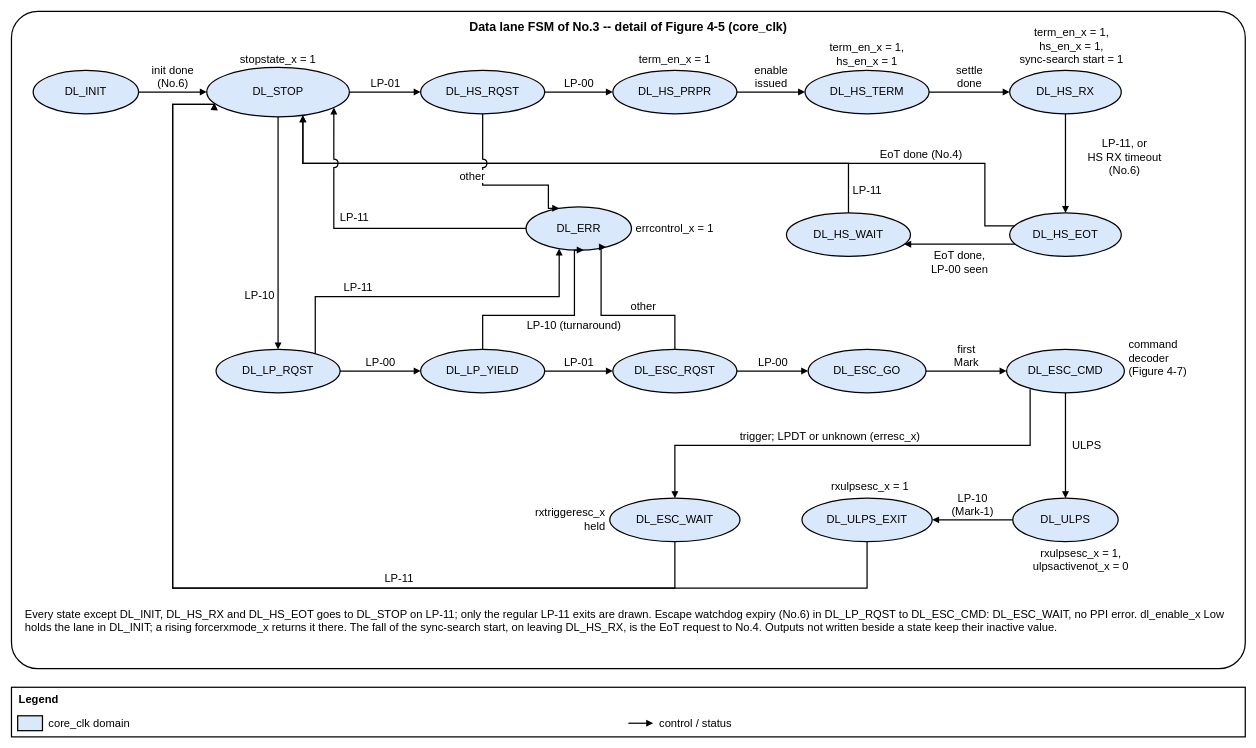
ftel-cdc/fu3_dphy keeps this draw.io diagram as 22fdx/rx/digital/doc/figures/ftel_dphy_rx_dl_fsm.drawio. Above is the earlier version. Source tidied: cells renumbered, new cells numbered last; positions are measured from the earlier drawing's top-left corner, leaving out a move shared by most shapes. Both pictures are drawn from the tidied source at 62%, with x=0, y=0 at pixel (11, 11).
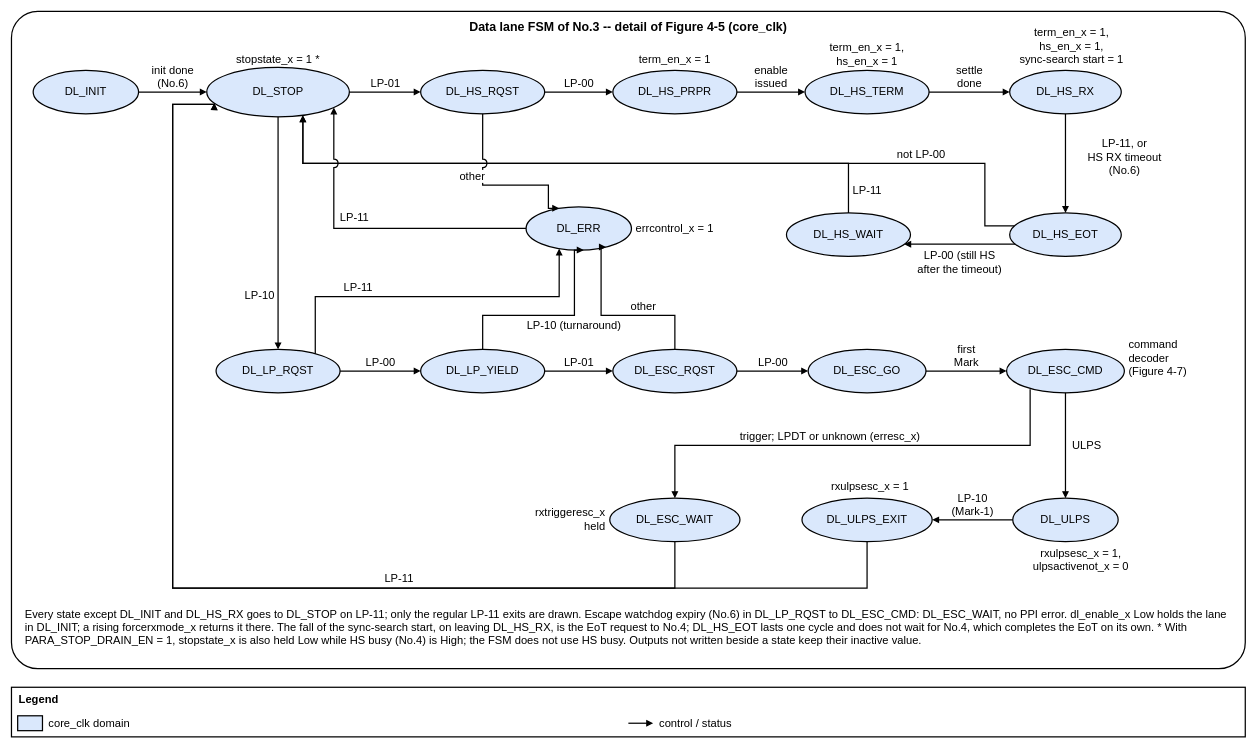
Above is the later version.

The change refers to these unchanged cells:
```xml
<mxCell id="4" value="DL_STOP" style="ellipse;whiteSpace=wrap;html=1;fontSize=18;strokeWidth=2;fillColor=#DAE8FC;spacing=2;" parent="1" vertex="1">
  <mxGeometry x="315" y="90" width="230" height="80" as="geometry" />
</mxCell>
<mxCell id="9" value="DL_HS_EOT" style="ellipse;whiteSpace=wrap;html=1;fontSize=18;strokeWidth=2;fillColor=#DAE8FC;spacing=2;" parent="1" vertex="1">
  <mxGeometry x="1610" y="325" width="180" height="70" as="geometry" />
</mxCell>
<mxCell id="10" value="DL_HS_WAIT" style="ellipse;whiteSpace=wrap;html=1;fontSize=18;strokeWidth=2;fillColor=#DAE8FC;spacing=2;" parent="1" vertex="1">
  <mxGeometry x="1250" y="325" width="200" height="70" as="geometry" />
</mxCell>
```

Diff of the diagram source:
```diff
@@
-    <mxCell id="26" value="EoT done (No.4)" style="endArrow=block;endFill=1;html=1;fontSize=18;edgeStyle=orthogonalEdgeStyle;rounded=0;jumpStyle=arc;jumpSize=12;labelBackgroundColor=#FFFFFF;strokeWidth=2;exitX=0;exitY=0.3;exitDx=0;exitDy=0;entryX=0.674;entryY=0.969;entryDx=0;entryDy=0;entryPerimeter=0;" parent="1" edge="1" source="9" target="4">
+    <mxCell id="26" value="not LP-00" style="endArrow=block;endFill=1;html=1;fontSize=18;edgeStyle=orthogonalEdgeStyle;rounded=0;jumpStyle=arc;jumpSize=12;labelBackgroundColor=#FFFFFF;strokeWidth=2;exitX=0;exitY=0.3;exitDx=0;exitDy=0;entryX=0.674;entryY=0.969;entryDx=0;entryDy=0;entryPerimeter=0;" parent="1" edge="1" source="9" target="4">
       <mxGeometry relative="1" as="geometry">
         <Array as="points">
           <mxPoint x="1570" y="346" />
           <mxPoint x="1570" y="245" />
           <mxPoint x="470" y="245" />
         </Array>
         <mxPoint x="412" y="-14" as="offset" />
       </mxGeometry>
     </mxCell>
-    <mxCell id="27" value="EoT done,&lt;br&gt;LP-00 seen" style="endArrow=block;endFill=1;html=1;fontSize=18;edgeStyle=orthogonalEdgeStyle;rounded=0;jumpStyle=arc;jumpSize=12;labelBackgroundColor=#FFFFFF;strokeWidth=2;exitX=0;exitY=0.75;exitDx=0;exitDy=0;entryX=1;entryY=0.75;entryDx=0;entryDy=0;" parent="1" edge="1" source="9" target="10">
+    <mxCell id="27" value="LP-00 (still HS&lt;br&gt;after the timeout)" style="endArrow=block;endFill=1;html=1;fontSize=18;edgeStyle=orthogonalEdgeStyle;rounded=0;jumpStyle=arc;jumpSize=12;labelBackgroundColor=#FFFFFF;strokeWidth=2;exitX=0;exitY=0.75;exitDx=0;exitDy=0;entryX=1;entryY=0.75;entryDx=0;entryDy=0;" parent="1" edge="1" source="9" target="10">
       <mxGeometry relative="1" as="geometry">
         <mxPoint y="30" as="offset" />
       </mxGeometry>
     </mxCell>
@@
-    <mxCell id="46" value="stopstate_x = 1" style="text;html=1;whiteSpace=wrap;fontSize=18;align=center;verticalAlign=middle;strokeColor=none;fillColor=none;spacing=2;" parent="1" vertex="1">
+    <mxCell id="46" value="stopstate_x = 1 *" style="text;html=1;whiteSpace=wrap;fontSize=18;align=center;verticalAlign=middle;strokeColor=none;fillColor=none;spacing=2;" parent="1" vertex="1">
       <mxGeometry x="330" y="62" width="200" height="30" as="geometry" />
     </mxCell>
@@
-    <mxCell id="55" value="Every state except DL_INIT, DL_HS_RX and DL_HS_EOT goes to DL_STOP on LP-11; only the regular LP-11 exits are drawn. Escape watchdog expiry (No.6) in DL_LP_RQST to DL_ESC_CMD: DL_ESC_WAIT, no PPI error. dl_enable_x Low holds the lane in DL_INIT; a rising forcerxmode_x returns it there. The fall of the sync-search start, on leaving DL_HS_RX, is the EoT request to No.4. Outputs not written beside a state keep their inactive value." style="text;html=1;whiteSpace=wrap;fontSize=18;align=left;verticalAlign=top;strokeColor=none;fillColor=none;spacing=2;" parent="1" vertex="1">
+    <mxCell id="55" value="Every state except DL_INIT and DL_HS_RX goes to DL_STOP on LP-11; only the regular LP-11 exits are drawn. Escape watchdog expiry (No.6) in DL_LP_RQST to DL_ESC_CMD: DL_ESC_WAIT, no PPI error. dl_enable_x Low holds the lane in DL_INIT; a rising forcerxmode_x returns it there. The fall of the sync-search start, on leaving DL_HS_RX, is the EoT request to No.4; DL_HS_EOT lasts one cycle and does not wait for No.4, which completes the EoT on its own. * With PARA_STOP_DRAIN_EN = 1, stopstate_x is also held Low while HS busy (No.4) is High; the FSM does not use HS busy. Outputs not written beside a state keep their inactive value." style="text;html=1;whiteSpace=wrap;fontSize=18;align=left;verticalAlign=top;strokeColor=none;fillColor=none;spacing=2;" parent="1" vertex="1">
       <mxGeometry x="20" y="955" width="1950" height="90" as="geometry" />
     </mxCell>
```
